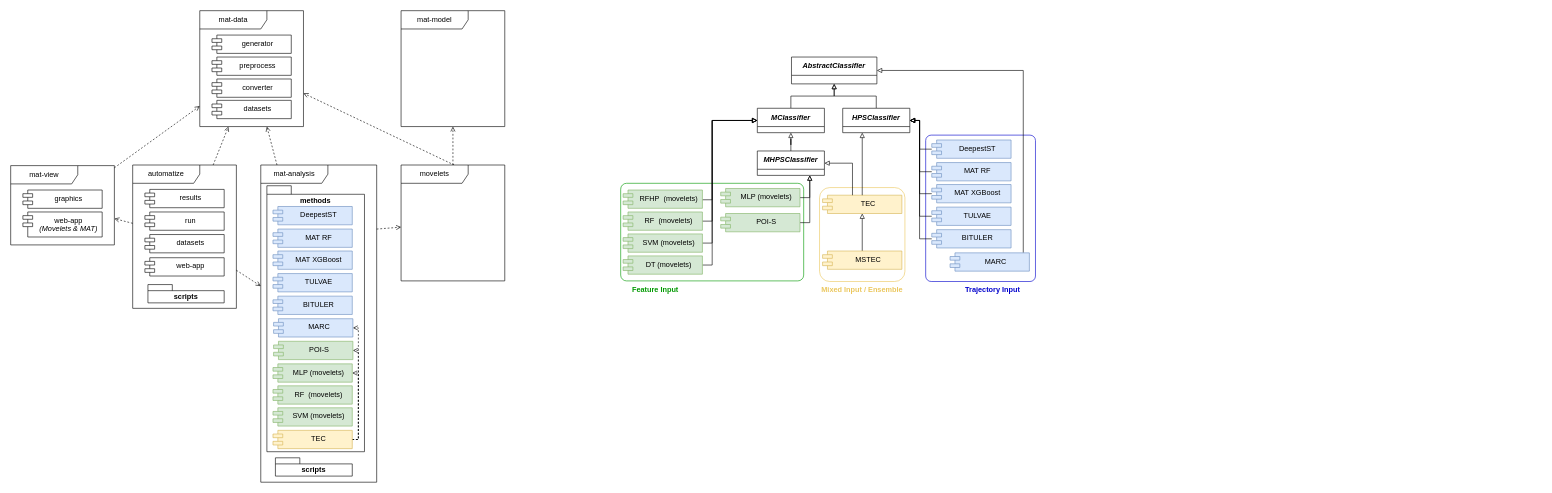
Above: MAT-Tools.drawio in mat-analysis/mat-model (draw.io), before the change. Source tidied: cells renumbered, new cells numbered last; positions are measured from the earlier drawing's top-left corner, leaving out a move shared by most shapes. Both pictures are drawn from the tidied source at 61%, with x=0, y=0 at pixel (10, 10).
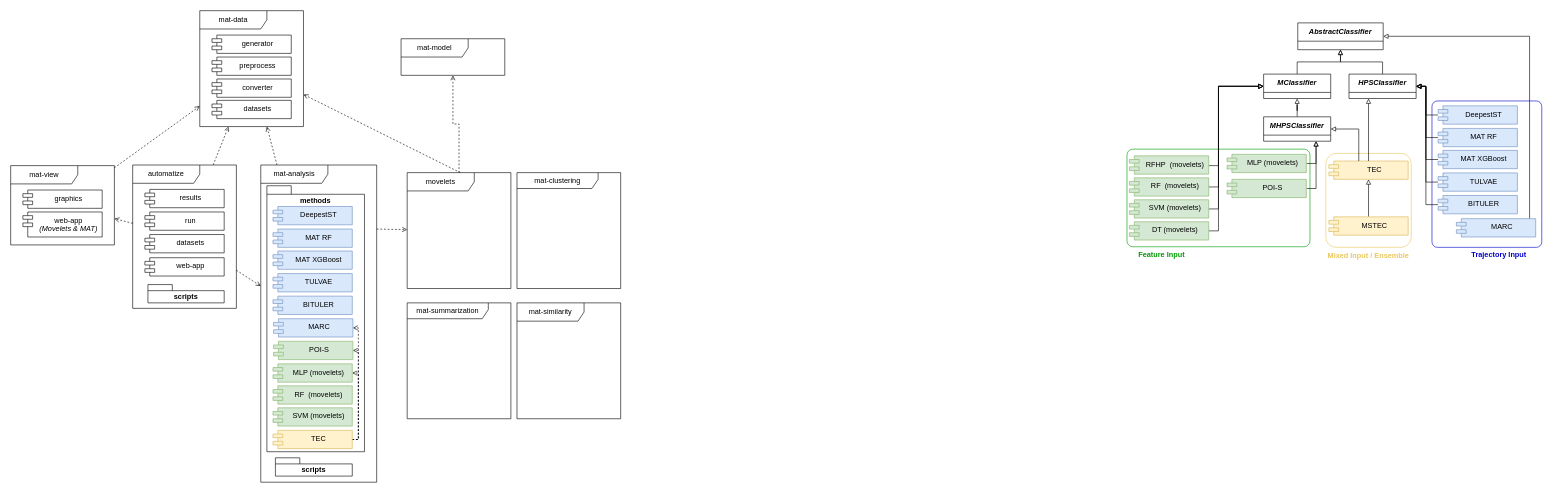
Above is the later version.

What changed in the source:
```diff
@@
     <mxCell id="2" value="&lt;h4&gt;Trajectory Input&lt;/h4&gt;" style="rounded=1;whiteSpace=wrap;html=1;fillColor=none;verticalAlign=top;labelPosition=right;verticalLabelPosition=bottom;align=left;spacing=-15;spacingTop=0;spacingLeft=-100;spacingRight=0;fontColor=#0000CC;labelBorderColor=none;strokeColor=#0000CC;arcSize=5;" parent="1" vertex="1">
-      <mxGeometry x="1500" y="204" width="180" height="240" as="geometry" />
+      <mxGeometry x="2330" y="148" width="180" height="240" as="geometry" />
     </mxCell>
     <mxCell id="3" value="&lt;h4&gt;Mixed Input / Ensemble&lt;/h4&gt;" style="rounded=1;whiteSpace=wrap;html=1;fillColor=none;verticalAlign=top;labelPosition=center;verticalLabelPosition=bottom;align=center;spacing=-15;spacingTop=1;spacingLeft=0;spacingRight=0;fontColor=#EBC75E;labelBorderColor=none;strokeColor=#EBC75E;arcSize=12;" parent="1" vertex="1">
-      <mxGeometry x="1326" y="290" width="140" height="154" as="geometry" />
+      <mxGeometry x="2156" y="234" width="140" height="154" as="geometry" />
     </mxCell>
     <mxCell id="4" value="&lt;h4&gt;Feature Input&lt;/h4&gt;" style="rounded=1;whiteSpace=wrap;html=1;fillColor=none;verticalAlign=top;labelPosition=left;verticalLabelPosition=bottom;align=right;spacing=-15;spacingTop=1;spacingLeft=0;spacingRight=-80;fontColor=#009900;labelBorderColor=none;strokeColor=#009900;arcSize=6;" parent="1" vertex="1">
-      <mxGeometry x="1000" y="283" width="300" height="160" as="geometry" />
+      <mxGeometry x="1830" y="227" width="300" height="160" as="geometry" />
     </mxCell>
@@
     <mxCell id="14" value="movelets" style="shape=umlFrame;whiteSpace=wrap;html=1;width=110;height=30;" parent="1" vertex="1">
-      <mxGeometry x="640" y="253" width="170" height="190" as="geometry" />
+      <mxGeometry x="650" y="265.5" width="170" height="190" as="geometry" />
     </mxCell>
@@
     <mxCell id="45" style="edgeStyle=orthogonalEdgeStyle;rounded=0;jettySize=auto;html=1;endArrow=block;endFill=0;" parent="1" edge="1" source="46" target="70">
       <mxGeometry relative="1" as="geometry">
         <Array as="points">
-          <mxPoint x="1310" y="307" />
+          <mxPoint x="2140" y="251" />
         </Array>
       </mxGeometry>
     </mxCell>
     <mxCell id="46" value="MLP (movelets)" style="shape=module;align=left;spacingLeft=20;align=center;verticalAlign=top;whiteSpace=wrap;html=1;jettyWidth=16;jettyHeight=6;fillColor=#d5e8d4;strokeColor=#82b366;" parent="1" vertex="1">
-      <mxGeometry x="1164" y="291.5" width="130" height="30" as="geometry" />
+      <mxGeometry x="1994" y="235.5" width="130" height="30" as="geometry" />
     </mxCell>
     <mxCell id="47" value="TEC" style="shape=module;align=left;spacingLeft=20;align=center;verticalAlign=top;whiteSpace=wrap;html=1;jettyWidth=16;jettyHeight=6;fillColor=#fff2cc;strokeColor=#d6b656;" parent="1" vertex="1">
-      <mxGeometry x="1331" y="302.5" width="130" height="30" as="geometry" />
+      <mxGeometry x="2161" y="246.5" width="130" height="30" as="geometry" />
     </mxCell>
     <mxCell id="48" style="edgeStyle=orthogonalEdgeStyle;rounded=0;jettySize=auto;html=1;endArrow=block;endFill=0;" parent="1" edge="1" source="49" target="70">
       <mxGeometry relative="1" as="geometry">
         <Array as="points">
-          <mxPoint x="1310" y="348" />
+          <mxPoint x="2140" y="292" />
         </Array>
       </mxGeometry>
     </mxCell>
     <mxCell id="49" value="POI-S" style="shape=module;align=left;spacingLeft=20;align=center;verticalAlign=top;whiteSpace=wrap;html=1;jettyWidth=16;jettyHeight=6;fillColor=#d5e8d4;strokeColor=#82b366;" parent="1" vertex="1">
-      <mxGeometry x="1164" y="332.5" width="130" height="30" as="geometry" />
+      <mxGeometry x="1994" y="276.5" width="130" height="30" as="geometry" />
     </mxCell>
     <mxCell id="50" style="edgeStyle=orthogonalEdgeStyle;rounded=0;jettySize=auto;html=1;endArrow=block;endFill=0;" parent="1" edge="1" source="51" target="71">
       <mxGeometry relative="1" as="geometry">
         <Array as="points">
-          <mxPoint x="1660" y="98" />
+          <mxPoint x="2490" y="42" />
         </Array>
       </mxGeometry>
     </mxCell>
     <mxCell id="51" value="MARC" style="shape=module;align=left;spacingLeft=20;align=center;verticalAlign=top;whiteSpace=wrap;html=1;jettyWidth=16;jettyHeight=6;fillColor=#dae8fc;strokeColor=#6c8ebf;" parent="1" vertex="1">
-      <mxGeometry x="1540" y="397" width="130" height="30" as="geometry" />
+      <mxGeometry x="2370" y="341" width="130" height="30" as="geometry" />
     </mxCell>
     <mxCell id="52" style="edgeStyle=orthogonalEdgeStyle;rounded=0;jettySize=auto;html=1;entryX=0;entryY=0.5;entryDx=0;entryDy=0;endArrow=block;endFill=0;" parent="1" edge="1" source="53" target="68">
       <mxGeometry relative="1" as="geometry">
         <Array as="points">
-          <mxPoint x="1150" y="310" />
-          <mxPoint x="1150" y="180" />
+          <mxPoint x="1980" y="254" />
+          <mxPoint x="1980" y="124" />
         </Array>
       </mxGeometry>
     </mxCell>
     <mxCell id="53" value="RFHP&amp;nbsp; (movelets)" style="shape=module;align=left;spacingLeft=20;align=center;verticalAlign=top;whiteSpace=wrap;html=1;jettyWidth=16;jettyHeight=6;fillColor=#d5e8d4;strokeColor=#82b366;" parent="1" vertex="1">
-      <mxGeometry x="1004" y="294" width="130" height="30" as="geometry" />
+      <mxGeometry x="1834" y="238" width="130" height="30" as="geometry" />
     </mxCell>
     <mxCell id="54" style="edgeStyle=orthogonalEdgeStyle;rounded=0;jettySize=auto;html=1;endArrow=block;endFill=0;" parent="1" edge="1" source="76" target="68">
       <mxGeometry relative="1" as="geometry">
         <Array as="points">
-          <mxPoint x="1150" y="345" />
-          <mxPoint x="1150" y="180" />
+          <mxPoint x="1980" y="289" />
+          <mxPoint x="1980" y="124" />
         </Array>
       </mxGeometry>
     </mxCell>
     <mxCell id="55" style="edgeStyle=orthogonalEdgeStyle;rounded=0;jettySize=auto;html=1;endArrow=block;endFill=0;" parent="1" edge="1" source="56" target="68">
       <mxGeometry relative="1" as="geometry">
         <Array as="points">
-          <mxPoint x="1150" y="381" />
-          <mxPoint x="1150" y="180" />
+          <mxPoint x="1980" y="325" />
+          <mxPoint x="1980" y="124" />
         </Array>
       </mxGeometry>
     </mxCell>
     <mxCell id="56" value="SVM&amp;nbsp;(movelets)" style="shape=module;align=left;spacingLeft=20;align=center;verticalAlign=top;whiteSpace=wrap;html=1;jettyWidth=16;jettyHeight=6;fillColor=#d5e8d4;strokeColor=#82b366;" parent="1" vertex="1">
-      <mxGeometry x="1004" y="366" width="130" height="30" as="geometry" />
+      <mxGeometry x="1834" y="310" width="130" height="30" as="geometry" />
     </mxCell>
     <mxCell id="57" style="edgeStyle=orthogonalEdgeStyle;rounded=0;jettySize=auto;html=1;endArrow=block;endFill=0;" parent="1" edge="1" source="58" target="73">
       <mxGeometry relative="1" as="geometry">
         <Array as="points">
-          <mxPoint x="1490" y="227" />
-          <mxPoint x="1490" y="180" />
+          <mxPoint x="2320" y="171" />
+          <mxPoint x="2320" y="124" />
         </Array>
       </mxGeometry>
     </mxCell>
     <mxCell id="58" value="DeepestST" style="shape=module;align=left;spacingLeft=20;align=center;verticalAlign=top;whiteSpace=wrap;html=1;jettyWidth=16;jettyHeight=6;fillColor=#dae8fc;strokeColor=#6c8ebf;" parent="1" vertex="1">
-      <mxGeometry x="1510" y="212" width="130" height="30" as="geometry" />
+      <mxGeometry x="2340" y="156" width="130" height="30" as="geometry" />
     </mxCell>
     <mxCell id="59" style="edgeStyle=orthogonalEdgeStyle;rounded=0;jettySize=auto;html=1;endArrow=block;endFill=0;" parent="1" edge="1" source="60" target="73">
       <mxGeometry relative="1" as="geometry">
         <Array as="points">
-          <mxPoint x="1490" y="264" />
-          <mxPoint x="1490" y="180" />
+          <mxPoint x="2320" y="208" />
+          <mxPoint x="2320" y="124" />
         </Array>
       </mxGeometry>
     </mxCell>
     <mxCell id="60" value="MAT RF" style="shape=module;align=left;spacingLeft=20;align=center;verticalAlign=top;whiteSpace=wrap;html=1;jettyWidth=16;jettyHeight=6;fillColor=#dae8fc;strokeColor=#6c8ebf;" parent="1" vertex="1">
-      <mxGeometry x="1510" y="249" width="130" height="30" as="geometry" />
+      <mxGeometry x="2340" y="193" width="130" height="30" as="geometry" />
     </mxCell>
     <mxCell id="61" style="edgeStyle=orthogonalEdgeStyle;rounded=0;jettySize=auto;html=1;endArrow=block;endFill=0;" parent="1" edge="1" source="62" target="73">
       <mxGeometry relative="1" as="geometry">
         <Array as="points">
-          <mxPoint x="1490" y="300" />
-          <mxPoint x="1490" y="180" />
+          <mxPoint x="2320" y="244" />
+          <mxPoint x="2320" y="124" />
         </Array>
       </mxGeometry>
     </mxCell>
     <mxCell id="62" value="MAT XGBoost" style="shape=module;align=left;spacingLeft=20;align=center;verticalAlign=top;whiteSpace=wrap;html=1;jettyWidth=16;jettyHeight=6;fillColor=#dae8fc;strokeColor=#6c8ebf;" parent="1" vertex="1">
-      <mxGeometry x="1510" y="285" width="130" height="30" as="geometry" />
+      <mxGeometry x="2340" y="229" width="130" height="30" as="geometry" />
     </mxCell>
     <mxCell id="63" style="edgeStyle=orthogonalEdgeStyle;rounded=0;jettySize=auto;html=1;endArrow=block;endFill=0;" parent="1" edge="1" source="64" target="73">
       <mxGeometry relative="1" as="geometry">
         <Array as="points">
-          <mxPoint x="1490" y="337" />
-          <mxPoint x="1490" y="180" />
+          <mxPoint x="2320" y="281" />
+          <mxPoint x="2320" y="124" />
         </Array>
       </mxGeometry>
     </mxCell>
     <mxCell id="64" value="TULVAE" style="shape=module;align=left;spacingLeft=20;align=center;verticalAlign=top;whiteSpace=wrap;html=1;jettyWidth=16;jettyHeight=6;fillColor=#dae8fc;strokeColor=#6c8ebf;" parent="1" vertex="1">
-      <mxGeometry x="1510" y="322" width="130" height="30" as="geometry" />
+      <mxGeometry x="2340" y="266" width="130" height="30" as="geometry" />
     </mxCell>
     <mxCell id="65" style="edgeStyle=orthogonalEdgeStyle;rounded=0;jettySize=auto;html=1;endArrow=block;endFill=0;" parent="1" edge="1" source="66" target="73">
       <mxGeometry relative="1" as="geometry">
         <Array as="points">
-          <mxPoint x="1490" y="374" />
-          <mxPoint x="1490" y="180" />
+          <mxPoint x="2320" y="318" />
+          <mxPoint x="2320" y="124" />
         </Array>
       </mxGeometry>
     </mxCell>
     <mxCell id="66" value="BITULER" style="shape=module;align=left;spacingLeft=20;align=center;verticalAlign=top;whiteSpace=wrap;html=1;jettyWidth=16;jettyHeight=6;fillColor=#dae8fc;strokeColor=#6c8ebf;" parent="1" vertex="1">
-      <mxGeometry x="1510" y="359" width="130" height="30" as="geometry" />
+      <mxGeometry x="2340" y="303" width="130" height="30" as="geometry" />
     </mxCell>
@@
     <mxCell id="68" value="MClassifier" style="swimlane;fontStyle=3;horizontal=1;startSize=30;whiteSpace=wrap;html=1;" parent="1" vertex="1">
-      <mxGeometry x="1224" y="160" width="110" height="40" as="geometry" />
+      <mxGeometry x="2054" y="104" width="110" height="40" as="geometry" />
     </mxCell>
@@
     <mxCell id="70" value="MHPSClassifier" style="swimlane;fontStyle=3;horizontal=1;startSize=30;whiteSpace=wrap;html=1;" parent="1" vertex="1">
-      <mxGeometry x="1224" y="230" width="110" height="40" as="geometry" />
+      <mxGeometry x="2054" y="174" width="110" height="40" as="geometry" />
     </mxCell>
     <mxCell id="71" value="AbstractClassifier" style="swimlane;fontStyle=3;horizontal=1;startSize=30;whiteSpace=wrap;html=1;" parent="1" vertex="1">
-      <mxGeometry x="1280" y="76" width="140" height="44" as="geometry" />
+      <mxGeometry x="2110" y="20" width="140" height="44" as="geometry" />
     </mxCell>
@@
     <mxCell id="73" value="HPSClassifier" style="swimlane;fontStyle=3;horizontal=1;startSize=30;whiteSpace=wrap;html=1;" parent="1" vertex="1">
-      <mxGeometry x="1364" y="160" width="110" height="40" as="geometry" />
+      <mxGeometry x="2194" y="104" width="110" height="40" as="geometry" />
     </mxCell>
     <mxCell id="74" style="edgeStyle=orthogonalEdgeStyle;rounded=0;jettySize=auto;html=1;endArrow=block;endFill=0;" parent="1" edge="1" source="75" target="68">
       <mxGeometry relative="1" as="geometry">
         <Array as="points">
-          <mxPoint x="1150" y="417" />
-          <mxPoint x="1150" y="180" />
+          <mxPoint x="1980" y="361" />
+          <mxPoint x="1980" y="124" />
         </Array>
       </mxGeometry>
     </mxCell>
     <mxCell id="75" value="DT (movelets)" style="shape=module;align=left;spacingLeft=20;align=center;verticalAlign=top;whiteSpace=wrap;html=1;jettyWidth=16;jettyHeight=6;fillColor=#d5e8d4;strokeColor=#82b366;" parent="1" vertex="1">
-      <mxGeometry x="1004" y="402" width="130" height="30" as="geometry" />
+      <mxGeometry x="1834" y="346" width="130" height="30" as="geometry" />
     </mxCell>
     <mxCell id="76" value="RF&amp;nbsp; (movelets)" style="shape=module;align=left;spacingLeft=20;align=center;verticalAlign=top;whiteSpace=wrap;html=1;jettyWidth=16;jettyHeight=6;fillColor=#d5e8d4;strokeColor=#82b366;" parent="1" vertex="1">
-      <mxGeometry x="1004" y="330" width="130" height="30" as="geometry" />
+      <mxGeometry x="1834" y="274" width="130" height="30" as="geometry" />
     </mxCell>
     <mxCell id="77" style="edgeStyle=orthogonalEdgeStyle;rounded=0;jettySize=auto;html=1;endArrow=block;endFill=0;" parent="1" edge="1" source="47" target="73">
       <mxGeometry relative="1" as="geometry">
         <Array as="points">
-          <mxPoint x="1420" y="310" />
-          <mxPoint x="1420" y="310" />
+          <mxPoint x="2250" y="254" />
+          <mxPoint x="2250" y="254" />
         </Array>
       </mxGeometry>
     </mxCell>
     <mxCell id="78" style="edgeStyle=orthogonalEdgeStyle;rounded=0;jettySize=auto;html=1;endArrow=block;endFill=0;" parent="1" edge="1" source="47" target="70">
       <mxGeometry relative="1" as="geometry">
         <Array as="points">
-          <mxPoint x="1380" y="250" />
+          <mxPoint x="2210" y="194" />
         </Array>
       </mxGeometry>
     </mxCell>
@@
     <mxCell id="80" value="MSTEC" style="shape=module;align=left;spacingLeft=20;align=center;verticalAlign=top;whiteSpace=wrap;html=1;jettyWidth=16;jettyHeight=6;fillColor=#fff2cc;strokeColor=#d6b656;" parent="1" vertex="1">
-      <mxGeometry x="1331" y="394" width="130" height="30" as="geometry" />
+      <mxGeometry x="2161" y="338" width="130" height="30" as="geometry" />
     </mxCell>
     <mxCell id="81" value="mat-model" style="shape=umlFrame;whiteSpace=wrap;html=1;width=110;height=30;" parent="1" vertex="1">
-      <mxGeometry x="640" width="170" height="190" as="geometry" />
+      <mxGeometry x="640" y="46" width="170" height="60" as="geometry" />
     </mxCell>
+    <mxCell id="82" value="mat-similarity" style="shape=umlFrame;whiteSpace=wrap;html=1;width=110;height=30;" parent="1" vertex="1">
+      <mxGeometry x="830" y="479" width="170" height="190" as="geometry" />
+    </mxCell>
+    <mxCell id="83" value="mat-summarization" style="shape=umlFrame;whiteSpace=wrap;html=1;width=133;height=26;" parent="1" vertex="1">
+      <mxGeometry x="650" y="479" width="170" height="190" as="geometry" />
+    </mxCell>
+    <mxCell id="84" value="mat-clustering" style="shape=umlFrame;whiteSpace=wrap;html=1;width=133;height=26;" parent="1" vertex="1">
+      <mxGeometry x="830" y="265.5" width="170" height="190" as="geometry" />
+    </mxCell>
```
